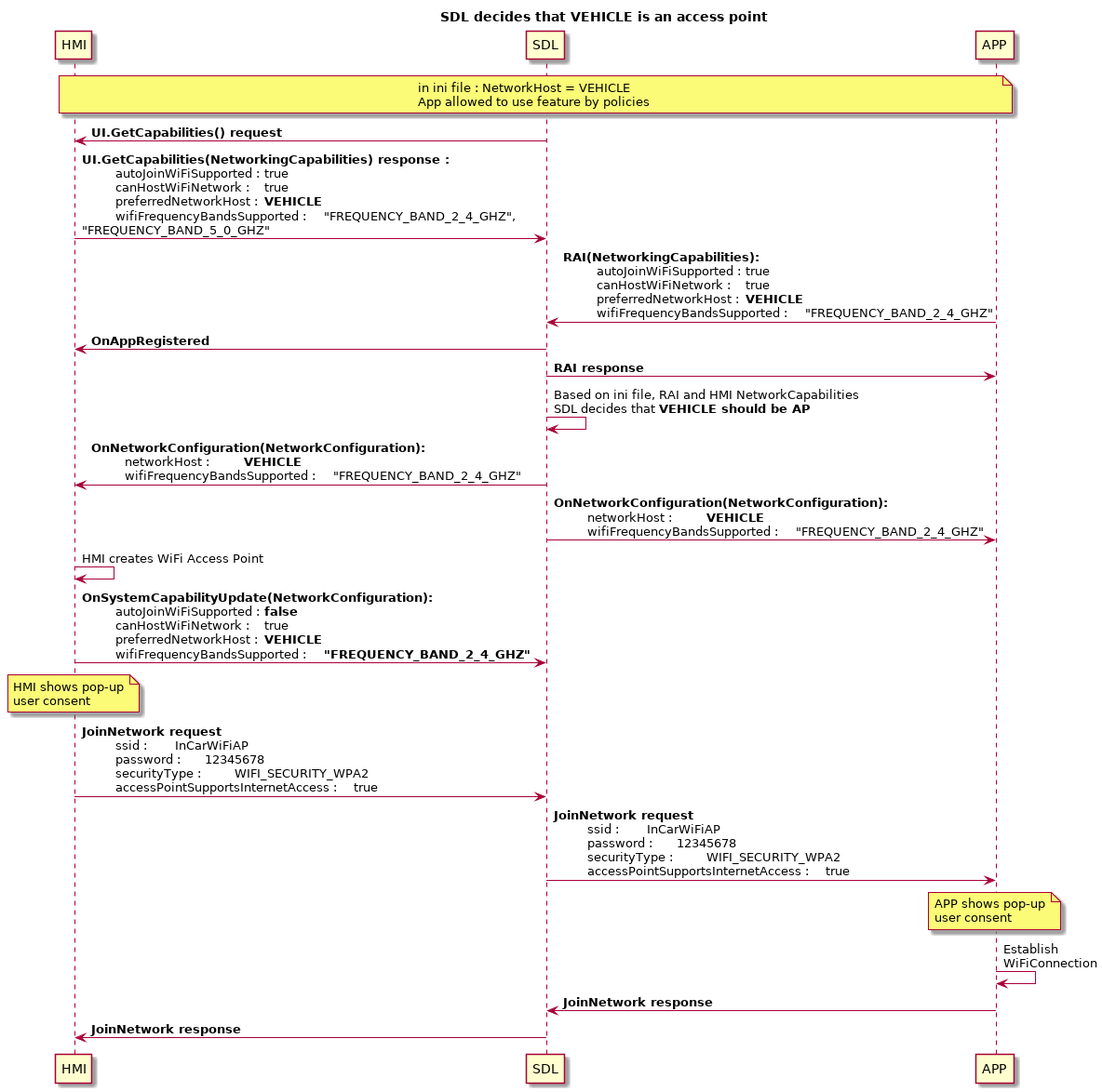
smartdevicelink/sdl_evolution keeps this PlantUML diagram as assets/proposals/0245-sharing-wifi-ssid-and-password/vehicle_access_point.png. Above is the earlier version.
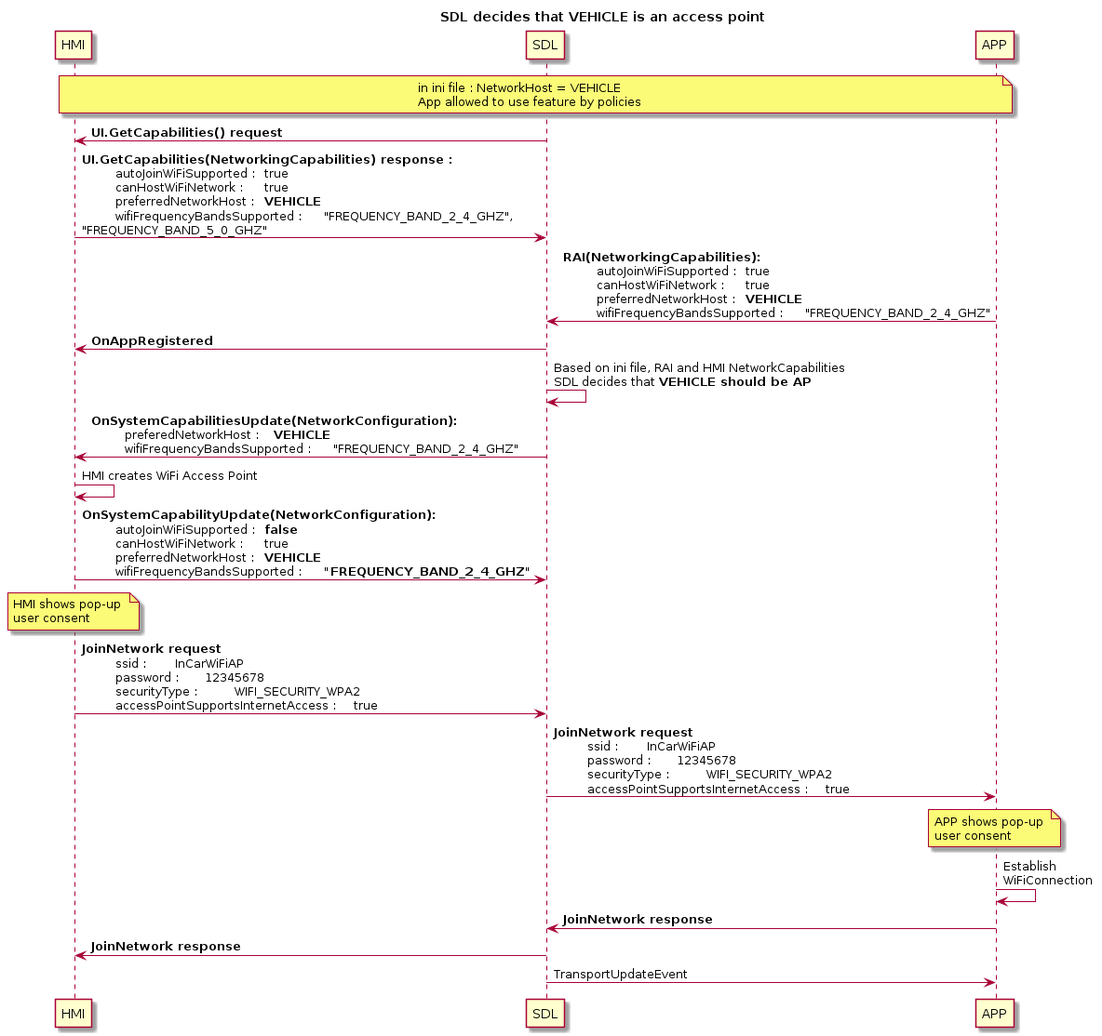
Above is the later version.

Change to the diagram source:
```diff
@@ -1,4 +1,4 @@
-@startuml
+@startuml ../assets/proposals/0245-sharing-wifi-ssid-and-password/vehicle_access_point
 !pragma teoz true
 
 
@@ -17,13 +17,10 @@
 APP -> SDL : <b>RAI(NetworkingCapabilities): \n\t autoJoinWiFiSupported : \t true \n\t canHostWiFiNetwork : \t true \n\t preferredNetworkHost : \t **VEHICLE** \n\t wifiFrequencyBandsSupported : \t "FREQUENCY_BAND_2_4_GHZ"
 
 SDL -> HMI : <b>OnAppRegistered
-SDL -> APP : <b>RAI response
 
 SDL -> SDL : Based on ini file, RAI and HMI NetworkCapabilities\nSDL decides that **VEHICLE should be AP**
 
-SDL -> HMI:  <b>OnNetworkConfiguration(NetworkConfiguration): \n\t networkHost : \t **VEHICLE** \n\t wifiFrequencyBandsSupported : \t "FREQUENCY_BAND_2_4_GHZ"
-
-SDL -> APP:  <b>OnNetworkConfiguration(NetworkConfiguration): \n\t networkHost : \t **VEHICLE** \n\t wifiFrequencyBandsSupported : \t "FREQUENCY_BAND_2_4_GHZ"
+SDL -> HMI:  <b>OnSystemCapabilitiesUpdate(NetworkConfiguration): \n\t preferedNetworkHost : \t **VEHICLE** \n\t wifiFrequencyBandsSupported : \t "FREQUENCY_BAND_2_4_GHZ"
 
 HMI -> HMI : HMI creates WiFi Access Point
 
@@ -42,4 +39,5 @@
 APP -> SDL : <b>JoinNetwork response
 SDL -> HMI : <b>JoinNetwork response
 
+SDL -> APP: TransportUpdateEvent
 @enduml
```
